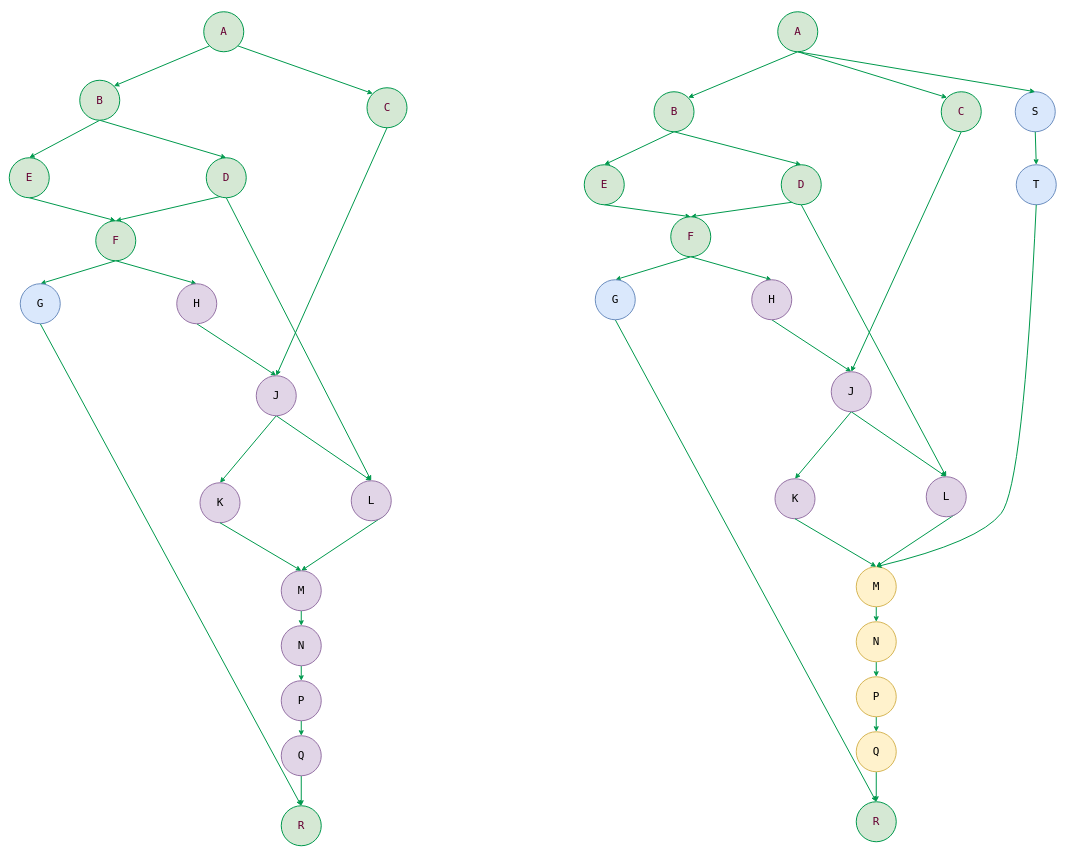
Before: doc/dag.drawio in feuyeux/hello-easy-flows, a draw.io diagram. Source tidied: cells renumbered, new cells numbered last; positions are measured from the earlier drawing's top-left corner, leaving out a move shared by most shapes. Both pictures are drawn from the tidied source at 50%, with x=0, y=0 at pixel (9, 12).
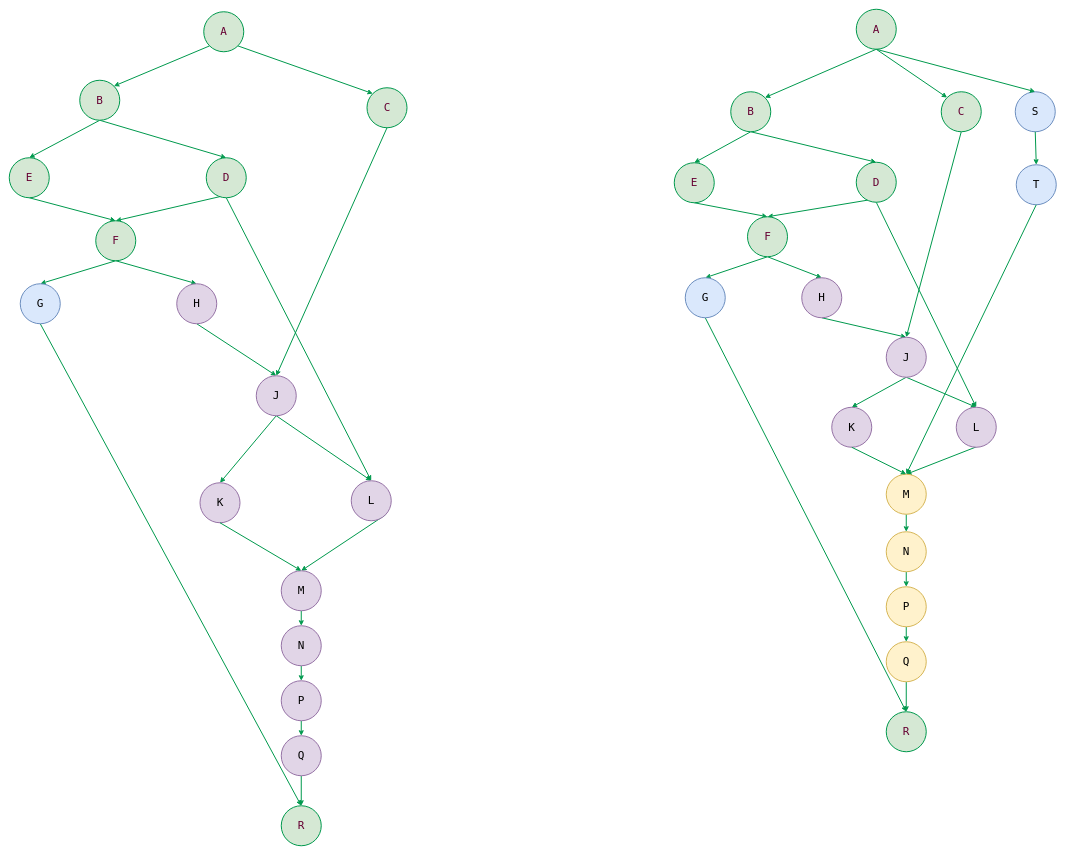
Above is the later version.

Unchanged cells that the change refers to:
```xml
<mxCell id="77" value="&lt;div style=&quot;font-size: 22px;&quot;&gt;&lt;div style=&quot;font-size: 22px;&quot;&gt;T&lt;/div&gt;&lt;/div&gt;" style="ellipse;whiteSpace=wrap;html=1;fontFamily=Monaco;fontSize=22;labelBackgroundColor=none;fillColor=#dae8fc;strokeColor=#6c8ebf;strokeWidth=2;" parent="1" vertex="1">
  <mxGeometry x="2014" y="306" width="80" height="80" as="geometry" />
</mxCell>
```

The edit, as a diff of the source:
```diff
@@
     <mxCell id="41" value="&lt;div style=&quot;font-size: 22px;&quot;&gt;&lt;div style=&quot;font-size: 22px;&quot;&gt;A&lt;/div&gt;&lt;/div&gt;" style="ellipse;whiteSpace=wrap;html=1;fontFamily=Monaco;fontSize=22;labelBackgroundColor=none;fillColor=#d5e8d4;strokeColor=#00994D;strokeWidth=2;fontColor=#660033;" parent="1" vertex="1">
-      <mxGeometry x="1537" width="80" height="80" as="geometry" />
+      <mxGeometry x="1694" y="-5" width="80" height="80" as="geometry" />
     </mxCell>
@@
     <mxCell id="44" value="&lt;div style=&quot;font-size: 22px;&quot;&gt;&lt;div style=&quot;font-size: 22px;&quot;&gt;B&lt;/div&gt;&lt;/div&gt;" style="ellipse;whiteSpace=wrap;html=1;fontFamily=Monaco;fontSize=22;labelBackgroundColor=none;fillColor=#d5e8d4;strokeColor=#00994D;strokeWidth=2;fontColor=#660033;" parent="1" vertex="1">
-      <mxGeometry x="1289.5" y="160" width="80" height="80" as="geometry" />
+      <mxGeometry x="1443" y="160" width="80" height="80" as="geometry" />
     </mxCell>
@@
     <mxCell id="48" value="&lt;div style=&quot;font-size: 22px;&quot;&gt;&lt;div style=&quot;font-size: 22px;&quot;&gt;E&lt;/div&gt;&lt;/div&gt;" style="ellipse;whiteSpace=wrap;html=1;fontFamily=Monaco;fontSize=22;labelBackgroundColor=none;fillColor=#d5e8d4;strokeColor=#00994D;strokeWidth=2;fontColor=#660033;" parent="1" vertex="1">
-      <mxGeometry x="1150" y="306" width="80" height="80" as="geometry" />
+      <mxGeometry x="1330" y="302" width="80" height="80" as="geometry" />
     </mxCell>
@@
     <mxCell id="51" value="&lt;div style=&quot;font-size: 22px;&quot;&gt;&lt;div style=&quot;font-size: 22px;&quot;&gt;&lt;div style=&quot;font-size: 22px;&quot;&gt;&lt;div style=&quot;font-size: 22px;&quot;&gt;D&lt;/div&gt;&lt;/div&gt;&lt;/div&gt;&lt;/div&gt;" style="ellipse;whiteSpace=wrap;html=1;fontFamily=Monaco;fontSize=22;labelBackgroundColor=none;fillColor=#d5e8d4;strokeColor=#00994D;strokeWidth=2;fontColor=#660033;" parent="1" vertex="1">
-      <mxGeometry x="1544" y="306" width="80" height="80" as="geometry" />
+      <mxGeometry x="1694" y="301" width="80" height="80" as="geometry" />
     </mxCell>
@@
     <mxCell id="54" value="&lt;div style=&quot;font-size: 22px;&quot;&gt;&lt;div style=&quot;font-size: 22px;&quot;&gt;F&lt;/div&gt;&lt;/div&gt;" style="ellipse;whiteSpace=wrap;html=1;fontFamily=Monaco;fontSize=22;labelBackgroundColor=none;fillColor=#d5e8d4;strokeColor=#00994D;strokeWidth=2;fontColor=#660033;" parent="1" vertex="1">
-      <mxGeometry x="1323" y="410" width="80" height="80" as="geometry" />
+      <mxGeometry x="1476.5" y="410" width="80" height="80" as="geometry" />
     </mxCell>
@@
     <mxCell id="56" value="&lt;div style=&quot;font-size: 22px;&quot;&gt;&lt;div style=&quot;font-size: 22px;&quot;&gt;G&lt;/div&gt;&lt;/div&gt;" style="ellipse;whiteSpace=wrap;html=1;fontFamily=Monaco;fontSize=22;labelBackgroundColor=none;fillColor=#dae8fc;strokeColor=#6c8ebf;strokeWidth=2;" parent="1" vertex="1">
-      <mxGeometry x="1172" y="536" width="80" height="80" as="geometry" />
+      <mxGeometry x="1352" y="532" width="80" height="80" as="geometry" />
     </mxCell>
@@
     <mxCell id="58" value="&lt;div style=&quot;font-size: 22px;&quot;&gt;&lt;div style=&quot;font-size: 22px;&quot;&gt;&lt;div style=&quot;font-size: 22px;&quot;&gt;&lt;div style=&quot;font-size: 22px;&quot;&gt;H&lt;/div&gt;&lt;/div&gt;&lt;/div&gt;&lt;/div&gt;" style="ellipse;whiteSpace=wrap;html=1;fontFamily=Monaco;fontSize=22;labelBackgroundColor=none;fillColor=#e1d5e7;strokeColor=#9673a6;strokeWidth=2;" parent="1" vertex="1">
-      <mxGeometry x="1485" y="536" width="80" height="80" as="geometry" />
+      <mxGeometry x="1585" y="532" width="80" height="80" as="geometry" />
     </mxCell>
@@
     <mxCell id="61" value="&lt;div style=&quot;font-size: 22px;&quot;&gt;&lt;div style=&quot;font-size: 22px;&quot;&gt;&lt;div style=&quot;font-size: 22px;&quot;&gt;&lt;div style=&quot;font-size: 22px;&quot;&gt;&lt;div style=&quot;font-size: 22px;&quot;&gt;J&lt;/div&gt;&lt;/div&gt;&lt;/div&gt;&lt;/div&gt;&lt;/div&gt;" style="ellipse;whiteSpace=wrap;html=1;fontFamily=Monaco;fontSize=22;labelBackgroundColor=none;fillColor=#e1d5e7;strokeColor=#9673a6;strokeWidth=2;" parent="1" vertex="1">
-      <mxGeometry x="1644" y="720" width="80" height="80" as="geometry" />
+      <mxGeometry x="1754" y="651" width="80" height="80" as="geometry" />
     </mxCell>
@@
     <mxCell id="63" value="&lt;div style=&quot;font-size: 22px;&quot;&gt;&lt;div style=&quot;font-size: 22px;&quot;&gt;&lt;div style=&quot;font-size: 22px;&quot;&gt;&lt;div style=&quot;font-size: 22px;&quot;&gt;&lt;div style=&quot;font-size: 22px;&quot;&gt;&lt;div style=&quot;font-size: 22px;&quot;&gt;L&lt;/div&gt;&lt;/div&gt;&lt;/div&gt;&lt;/div&gt;&lt;/div&gt;&lt;/div&gt;" style="ellipse;whiteSpace=wrap;html=1;fontFamily=Monaco;fontSize=22;labelBackgroundColor=none;fillColor=#e1d5e7;strokeColor=#9673a6;strokeWidth=2;" parent="1" vertex="1">
-      <mxGeometry x="1834" y="930" width="80" height="80" as="geometry" />
+      <mxGeometry x="1894" y="791" width="80" height="80" as="geometry" />
     </mxCell>
     <mxCell id="64" value="&lt;div style=&quot;font-size: 22px;&quot;&gt;&lt;div style=&quot;font-size: 22px;&quot;&gt;&lt;div style=&quot;font-size: 22px;&quot;&gt;&lt;div style=&quot;font-size: 22px;&quot;&gt;&lt;div style=&quot;font-size: 22px;&quot;&gt;&lt;div style=&quot;font-size: 22px;&quot;&gt;K&lt;/div&gt;&lt;/div&gt;&lt;/div&gt;&lt;/div&gt;&lt;/div&gt;&lt;/div&gt;" style="ellipse;whiteSpace=wrap;html=1;fontFamily=Monaco;fontSize=22;labelBackgroundColor=none;fillColor=#e1d5e7;strokeColor=#9673a6;strokeWidth=2;" parent="1" vertex="1">
-      <mxGeometry x="1531.5" y="934" width="80" height="80" as="geometry" />
+      <mxGeometry x="1645" y="791" width="80" height="80" as="geometry" />
     </mxCell>
@@
     <mxCell id="67" value="&lt;div style=&quot;font-size: 22px;&quot;&gt;&lt;div style=&quot;font-size: 22px;&quot;&gt;&lt;div style=&quot;font-size: 22px;&quot;&gt;&lt;div style=&quot;font-size: 22px;&quot;&gt;&lt;div style=&quot;font-size: 22px;&quot;&gt;&lt;div style=&quot;font-size: 22px;&quot;&gt;&lt;div style=&quot;font-size: 22px;&quot;&gt;M&lt;/div&gt;&lt;/div&gt;&lt;/div&gt;&lt;/div&gt;&lt;/div&gt;&lt;/div&gt;&lt;/div&gt;" style="ellipse;whiteSpace=wrap;html=1;fontFamily=Monaco;fontSize=22;labelBackgroundColor=none;fillColor=#fff2cc;strokeColor=#d6b656;strokeWidth=2;" parent="1" vertex="1">
-      <mxGeometry x="1694" y="1110" width="80" height="80" as="geometry" />
+      <mxGeometry x="1754" y="925" width="80" height="80" as="geometry" />
     </mxCell>
@@
     <mxCell id="70" value="&lt;div style=&quot;font-size: 22px;&quot;&gt;&lt;div style=&quot;font-size: 22px;&quot;&gt;&lt;div style=&quot;font-size: 22px;&quot;&gt;&lt;div style=&quot;font-size: 22px;&quot;&gt;&lt;div style=&quot;font-size: 22px;&quot;&gt;&lt;div style=&quot;font-size: 22px;&quot;&gt;&lt;div style=&quot;font-size: 22px;&quot;&gt;&lt;div style=&quot;font-size: 22px;&quot;&gt;P&lt;/div&gt;&lt;/div&gt;&lt;/div&gt;&lt;/div&gt;&lt;/div&gt;&lt;/div&gt;&lt;/div&gt;&lt;/div&gt;" style="ellipse;whiteSpace=wrap;html=1;fontFamily=Monaco;fontSize=22;labelBackgroundColor=none;fillColor=#fff2cc;strokeColor=#d6b656;strokeWidth=2;" parent="1" vertex="1">
-      <mxGeometry x="1694" y="1330" width="80" height="80" as="geometry" />
+      <mxGeometry x="1754" y="1150" width="80" height="80" as="geometry" />
     </mxCell>
@@
     <mxCell id="72" value="&lt;div style=&quot;font-size: 22px;&quot;&gt;&lt;div style=&quot;font-size: 22px;&quot;&gt;&lt;div style=&quot;font-size: 22px;&quot;&gt;&lt;div style=&quot;font-size: 22px;&quot;&gt;&lt;div style=&quot;font-size: 22px;&quot;&gt;&lt;div style=&quot;font-size: 22px;&quot;&gt;&lt;div style=&quot;font-size: 22px;&quot;&gt;&lt;div style=&quot;font-size: 22px;&quot;&gt;&lt;div style=&quot;font-size: 22px;&quot;&gt;N&lt;/div&gt;&lt;/div&gt;&lt;/div&gt;&lt;/div&gt;&lt;/div&gt;&lt;/div&gt;&lt;/div&gt;&lt;/div&gt;&lt;/div&gt;" style="ellipse;whiteSpace=wrap;html=1;fontFamily=Monaco;fontSize=22;labelBackgroundColor=none;fillColor=#fff2cc;strokeColor=#d6b656;strokeWidth=2;" parent="1" vertex="1">
-      <mxGeometry x="1694" y="1220" width="80" height="80" as="geometry" />
+      <mxGeometry x="1754" y="1040" width="80" height="80" as="geometry" />
     </mxCell>
@@
     <mxCell id="74" value="&lt;div style=&quot;font-size: 22px;&quot;&gt;&lt;div style=&quot;font-size: 22px;&quot;&gt;&lt;div style=&quot;font-size: 22px;&quot;&gt;&lt;div style=&quot;font-size: 22px;&quot;&gt;&lt;div style=&quot;font-size: 22px;&quot;&gt;&lt;div style=&quot;font-size: 22px;&quot;&gt;&lt;div style=&quot;font-size: 22px;&quot;&gt;&lt;div style=&quot;font-size: 22px;&quot;&gt;&lt;div style=&quot;font-size: 22px;&quot;&gt;Q&lt;/div&gt;&lt;/div&gt;&lt;/div&gt;&lt;/div&gt;&lt;/div&gt;&lt;/div&gt;&lt;/div&gt;&lt;/div&gt;&lt;/div&gt;" style="ellipse;whiteSpace=wrap;html=1;fontFamily=Monaco;fontSize=22;labelBackgroundColor=none;fillColor=#fff2cc;strokeColor=#d6b656;strokeWidth=2;" parent="1" vertex="1">
-      <mxGeometry x="1694" y="1440" width="80" height="80" as="geometry" />
+      <mxGeometry x="1754" y="1260" width="80" height="80" as="geometry" />
     </mxCell>
     <mxCell id="75" value="&lt;div style=&quot;font-size: 22px;&quot;&gt;&lt;div style=&quot;font-size: 22px;&quot;&gt;&lt;div style=&quot;font-size: 22px;&quot;&gt;&lt;div style=&quot;font-size: 22px;&quot;&gt;&lt;div style=&quot;font-size: 22px;&quot;&gt;&lt;div style=&quot;font-size: 22px;&quot;&gt;&lt;div style=&quot;font-size: 22px;&quot;&gt;&lt;div style=&quot;font-size: 22px;&quot;&gt;&lt;div style=&quot;font-size: 22px;&quot;&gt;&lt;div style=&quot;font-size: 22px;&quot;&gt;R&lt;/div&gt;&lt;/div&gt;&lt;/div&gt;&lt;/div&gt;&lt;/div&gt;&lt;/div&gt;&lt;/div&gt;&lt;/div&gt;&lt;/div&gt;&lt;/div&gt;" style="ellipse;whiteSpace=wrap;html=1;fontFamily=Monaco;fontSize=22;labelBackgroundColor=none;fillColor=#d5e8d4;strokeColor=#00994D;strokeWidth=2;fontColor=#660033;" parent="1" vertex="1">
-      <mxGeometry x="1694" y="1580" width="80" height="80" as="geometry" />
+      <mxGeometry x="1754" y="1400" width="80" height="80" as="geometry" />
     </mxCell>
@@
-    <mxCell id="80" style="edgeStyle=none;jettySize=auto;html=1;exitX=0.5;exitY=1;exitDx=0;exitDy=0;fillColor=#d5e8d4;strokeColor=#00994D;labelBackgroundColor=#00994D;fontColor=#FFFFFF;strokeWidth=2;entryX=0.5;entryY=0;entryDx=0;entryDy=0;fontFamily=Monaco;fontSize=22;curved=1;" parent="1" edge="1" source="77" target="67">
-      <mxGeometry relative="1" as="geometry">
-        <Array as="points">
-          <mxPoint x="2028" y="946" />
-          <mxPoint x="1940" y="1060" />
-        </Array>
-      </mxGeometry>
+    <mxCell id="80" style="jettySize=auto;html=1;exitX=0.5;exitY=1;exitDx=0;exitDy=0;fillColor=#d5e8d4;strokeColor=#00994D;labelBackgroundColor=#00994D;fontColor=#FFFFFF;strokeWidth=2;entryX=0.5;entryY=0;entryDx=0;entryDy=0;fontFamily=Monaco;fontSize=22;" parent="1" edge="1" source="77" target="67">
+      <mxGeometry relative="1" as="geometry" />
     </mxCell>
```
